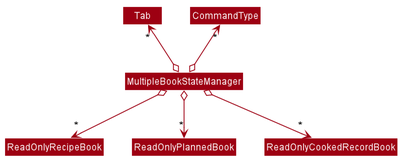
The PlantUML diagram docs/images/MultipleBookStateManagerClassDiagram.png in nus-cs2103-AY1920S2/addressbook-level3, before a commit. Source of this version:
```plantuml
@startuml








skinparam BackgroundColor #FFFFFFF

skinparam Shadowing false

skinparam Class {
    FontColor #FFFFFF
    BorderThickness 1
    BorderColor #FFFFFF
    StereotypeFontColor #FFFFFF
    FontName Arial
}

skinparam Actor {
    BorderColor #000000
    Color #000000
    FontName Arial
}

skinparam Sequence {
    MessageAlign center
    BoxFontSize 15
    BoxPadding 0
    BoxFontColor #FFFFFF
    FontName Arial
}

skinparam Participant {
    FontColor #FFFFFFF
    Padding 20
}

skinparam MinClassWidth 50
skinparam ParticipantPadding 10
skinparam Shadowing false
skinparam DefaultTextAlignment center
skinparam packageStyle Rectangle

hide footbox
hide members
hide circle
skinparam arrowThickness 1.1
skinparam arrowColor #9D0012
skinparam classBackgroundColor #9D0012

MultipleBookStateManager o-down-> "*" ReadOnlyRecipeBook
MultipleBookStateManager o-down-> "*" ReadOnlyPlannedBook
MultipleBookStateManager o-down-> "*" ReadOnlyCookedRecordBook
MultipleBookStateManager o-up-> "*" CommandType
MultipleBookStateManager o-up-> "*" Tab

@enduml
```
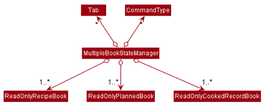
The same diagram one commit later.

The edit, as a diff of the source:
```diff
@@ -51,9 +51,9 @@
 skinparam arrowColor #9D0012
 skinparam classBackgroundColor #9D0012
 
-MultipleBookStateManager o-down-> "*" ReadOnlyRecipeBook
-MultipleBookStateManager o-down-> "*" ReadOnlyPlannedBook
-MultipleBookStateManager o-down-> "*" ReadOnlyCookedRecordBook
+MultipleBookStateManager o-down-> "1..*" ReadOnlyRecipeBook
+MultipleBookStateManager o-down-> "1..*" ReadOnlyPlannedBook
+MultipleBookStateManager o-down-> "                       1..*" ReadOnlyCookedRecordBook
 MultipleBookStateManager o-up-> "*" CommandType
 MultipleBookStateManager o-up-> "*" Tab
 
```
